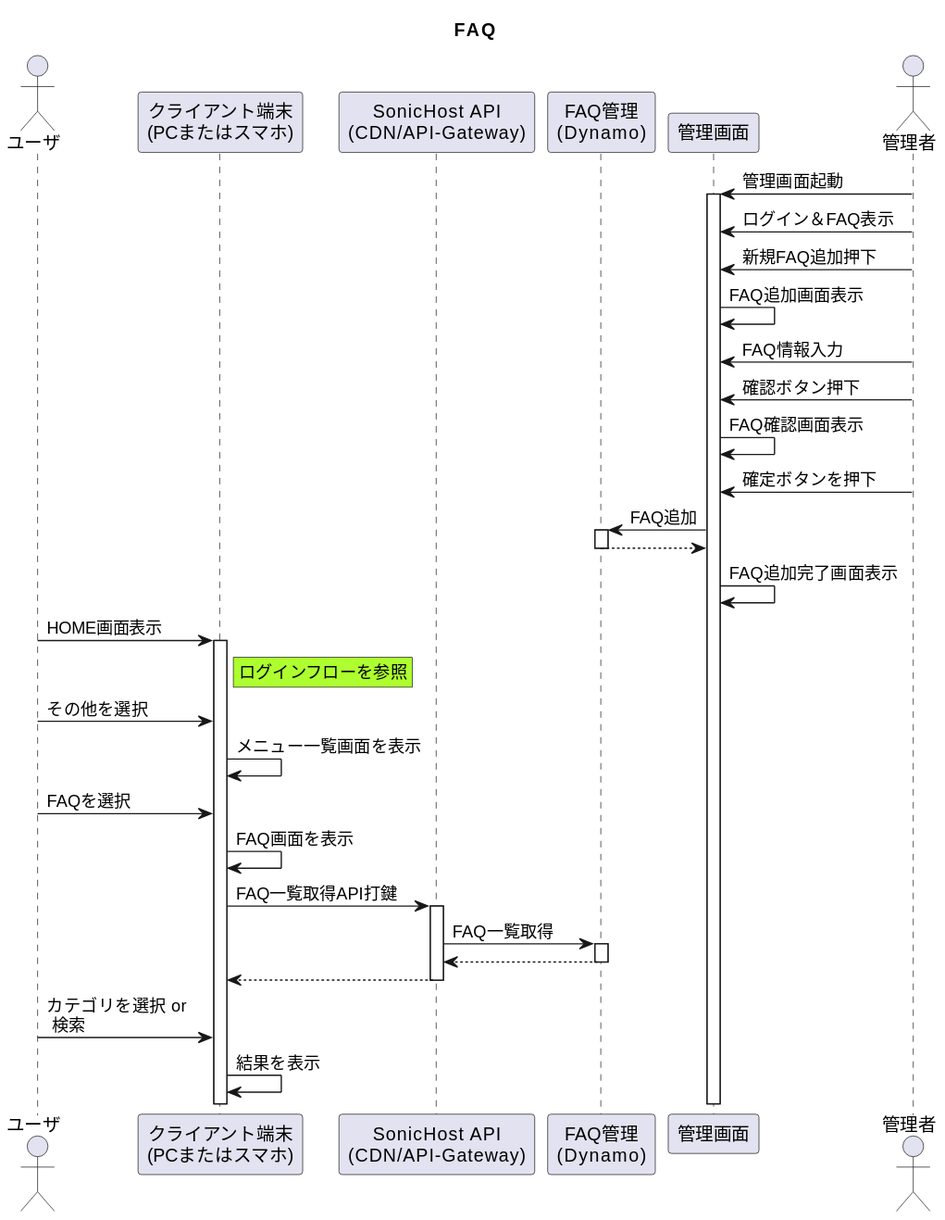
The PlantUML diagram 01_Sequences/99_Others/03_FAQ/faqFlow.svg in Sonic-Host/documents, before a commit.
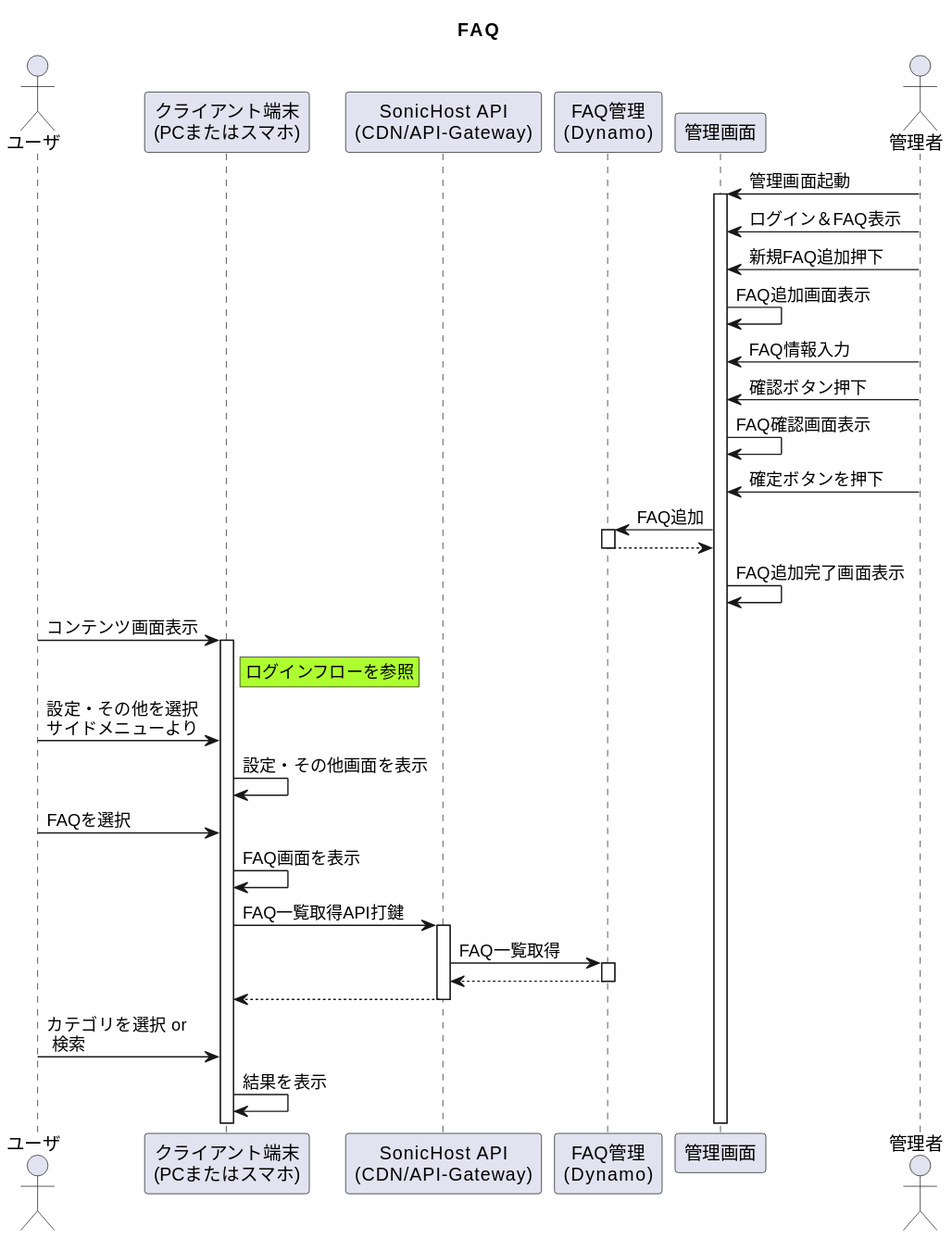
Later version of the same file.

Diff of the diagram source:
```diff
@@ -21,12 +21,12 @@
 adminApp <-- dynamo --
 adminApp -> adminApp : FAQ追加完了画面表示
 
-user -> device ++: HOME画面表示
+user -> device ++: コンテンツ画面表示
 rnote right of device #GreenYellow
     ログインフローを参照
 end note
-user -> device : その他を選択
-device -> device : メニュー一覧画面を表示
+user -> device : 設定・その他を選択\nサイドメニューより
+device -> device : 設定・その他画面を表示
 user -> device : FAQを選択
 device -> device : FAQ画面を表示
 device -> api ++ : FAQ一覧取得API打鍵
```
